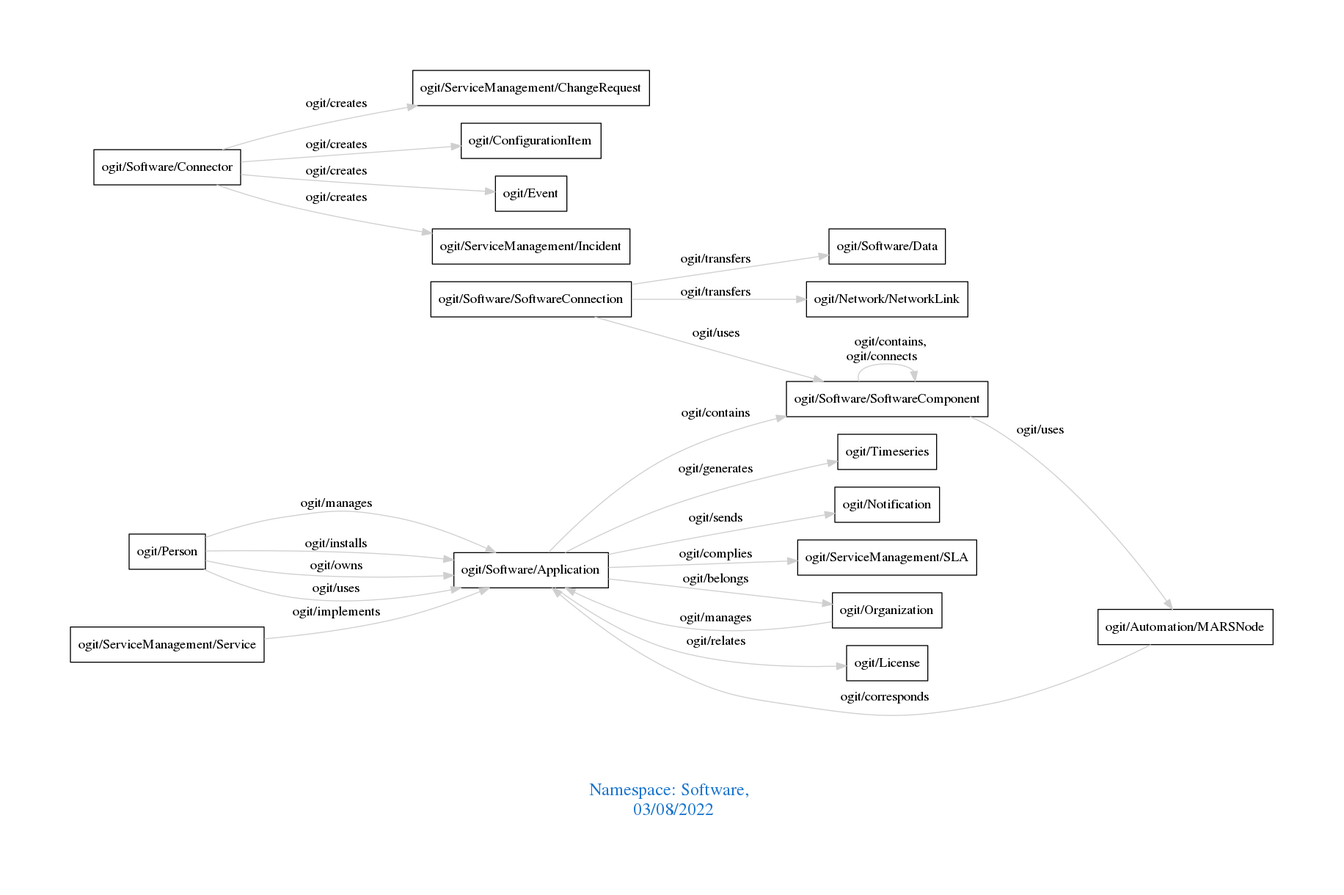
The Graphviz diagram downloads/Software.png in arago/OGIT, before a commit. Its source is kept beside it as downloads/Software.dot.
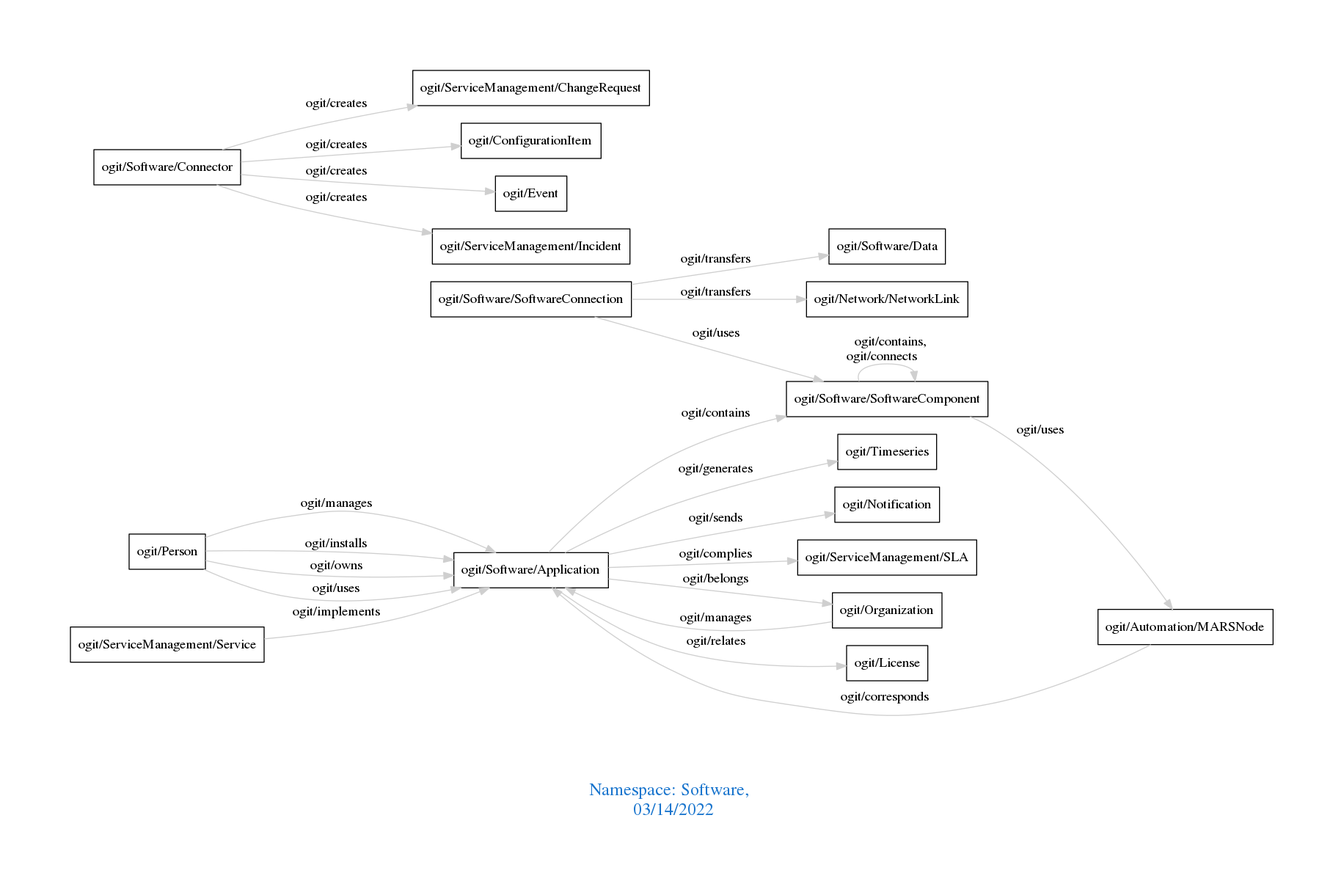
Later version of the same file.

The edit, as a diff of the source:
```diff
@@ -1,7 +1,7 @@
 digraph OGIT_ontology {
  graph [ rankdir= LR,pad=1
 fontsize = 18,
-fontcolor= dodgerblue3,label = "\n\n\nNamespace: Software, \n 03/08/2022"];
+fontcolor= dodgerblue3,label = "\n\n\nNamespace: Software, \n 03/14/2022"];
 node[shape=polygon];
 edge [  color="gray81"];
 
```
